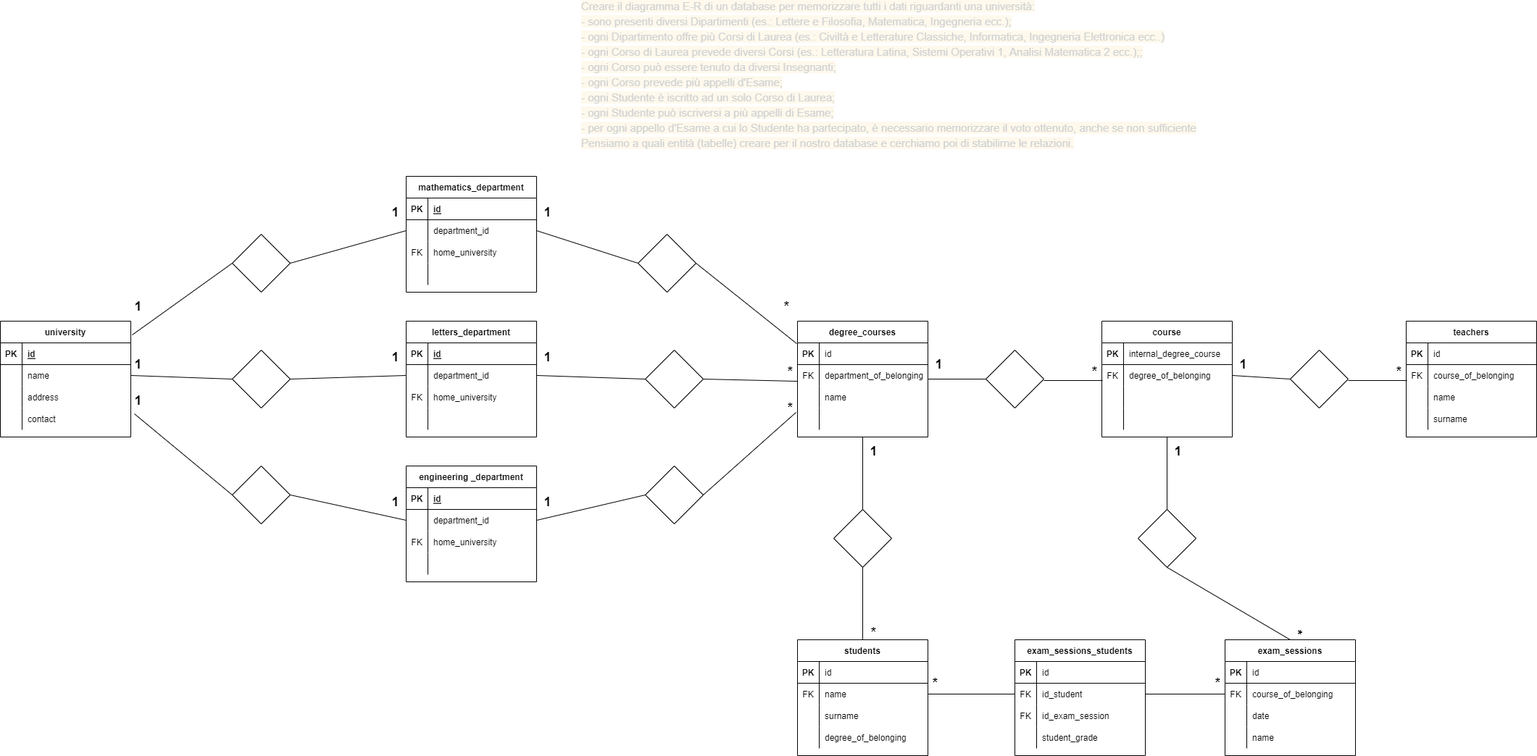
Before: img/University Diagram demo.drawio.png, a diagram exported from draw.io (Narresx/db-university). Source tidied: cells renumbered, new cells last; positions are measured from the earlier drawing's top-left corner, leaving out a move shared by most shapes.
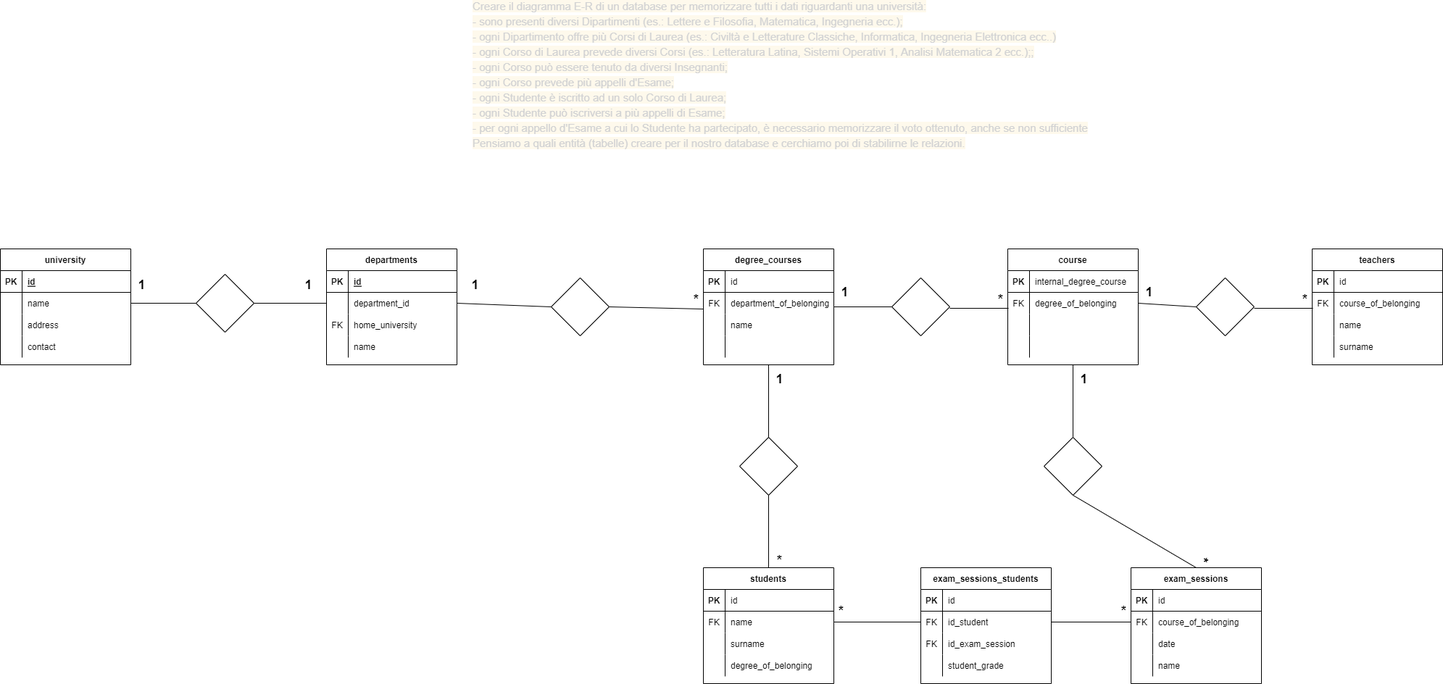
Later version of the same file.

What changed in the source:
```diff
@@ -5,6 +5,6 @@
     <mxCell id="2" value="&lt;span style=&quot;color: rgb(209, 210, 211); font-size: 15px; background-color: rgba(242, 199, 68, 0.1);&quot;&gt;Creare il diagramma E-R di un database per memorizzare tutti i dati riguardanti una università:&lt;/span&gt;&lt;br style=&quot;box-sizing: inherit; color: rgb(209, 210, 211); font-size: 15px; background-color: rgba(242, 199, 68, 0.1);&quot;&gt;&lt;span style=&quot;color: rgb(209, 210, 211); font-size: 15px; background-color: rgba(242, 199, 68, 0.1);&quot;&gt;- sono presenti diversi Dipartimenti (es.: Lettere e Filosofia, Matematica, Ingegneria ecc.);&lt;/span&gt;&lt;br style=&quot;box-sizing: inherit; color: rgb(209, 210, 211); font-size: 15px; background-color: rgba(242, 199, 68, 0.1);&quot;&gt;&lt;span style=&quot;color: rgb(209, 210, 211); font-size: 15px; background-color: rgba(242, 199, 68, 0.1);&quot;&gt;- ogni Dipartimento offre più Corsi di Laurea (es.: Civiltà e Letterature Classiche, Informatica, Ingegneria Elettronica ecc..)&lt;/span&gt;&lt;br style=&quot;box-sizing: inherit; color: rgb(209, 210, 211); font-size: 15px; background-color: rgba(242, 199, 68, 0.1);&quot;&gt;&lt;span style=&quot;color: rgb(209, 210, 211); font-size: 15px; background-color: rgba(242, 199, 68, 0.1);&quot;&gt;- ogni Corso di Laurea prevede diversi Corsi (es.: Letteratura Latina, Sistemi Operativi 1, Analisi Matematica 2 ecc.);;&lt;/span&gt;&lt;br style=&quot;box-sizing: inherit; color: rgb(209, 210, 211); font-size: 15px; background-color: rgba(242, 199, 68, 0.1);&quot;&gt;&lt;span style=&quot;color: rgb(209, 210, 211); font-size: 15px; background-color: rgba(242, 199, 68, 0.1);&quot;&gt;- ogni Corso può essere tenuto da diversi Insegnanti;&lt;/span&gt;&lt;br style=&quot;box-sizing: inherit; color: rgb(209, 210, 211); font-size: 15px; background-color: rgba(242, 199, 68, 0.1);&quot;&gt;&lt;span style=&quot;color: rgb(209, 210, 211); font-size: 15px; background-color: rgba(242, 199, 68, 0.1);&quot;&gt;- ogni Corso prevede più appelli d'Esame;&lt;/span&gt;&lt;br style=&quot;box-sizing: inherit; color: rgb(209, 210, 211); font-size: 15px; background-color: rgba(242, 199, 68, 0.1);&quot;&gt;&lt;span style=&quot;color: rgb(209, 210, 211); font-size: 15px; background-color: rgba(242, 199, 68, 0.1);&quot;&gt;- ogni Studente è iscritto ad un solo Corso di Laurea;&lt;/span&gt;&lt;br style=&quot;box-sizing: inherit; color: rgb(209, 210, 211); font-size: 15px; background-color: rgba(242, 199, 68, 0.1);&quot;&gt;&lt;span style=&quot;color: rgb(209, 210, 211); font-size: 15px; background-color: rgba(242, 199, 68, 0.1);&quot;&gt;- ogni Studente può iscriversi a più appelli di Esame;&lt;/span&gt;&lt;br style=&quot;box-sizing: inherit; color: rgb(209, 210, 211); font-size: 15px; background-color: rgba(242, 199, 68, 0.1);&quot;&gt;&lt;span style=&quot;color: rgb(209, 210, 211); font-size: 15px; background-color: rgba(242, 199, 68, 0.1);&quot;&gt;- per ogni appello d'Esame a cui lo Studente ha partecipato, è necessario memorizzare il voto ottenuto, anche se non sufficiente&lt;/span&gt;&lt;br style=&quot;box-sizing: inherit; color: rgb(209, 210, 211); font-size: 15px; background-color: rgba(242, 199, 68, 0.1);&quot;&gt;&lt;span style=&quot;color: rgb(209, 210, 211); font-size: 15px; background-color: rgba(242, 199, 68, 0.1);&quot;&gt;Pensiamo a quali entità (tabelle) creare per il nostro database e cerchiamo poi di stabilirne le relazioni.&lt;br&gt;&lt;/span&gt;" style="text;html=1;align=left;verticalAlign=middle;strokeColor=none;fillColor=none;rounded=0;glass=0;" parent="1" vertex="1">
-      <mxGeometry x="800" width="860" height="160" as="geometry" />
+      <mxGeometry x="780" y="100" width="860" height="160" as="geometry" />
     </mxCell>
-    <mxCell id="3" value="letters_department" style="shape=table;startSize=30;rowLines=0;fontStyle=1;align=center;rounded=0;glass=0;" parent="1" vertex="1">
-      <mxGeometry x="560" y="420" width="180" height="160" as="geometry" />
+    <mxCell id="3" value="departments" style="shape=table;startSize=30;rowLines=0;fontStyle=1;align=center;rounded=0;glass=0;" parent="1" vertex="1">
+      <mxGeometry x="580" y="420" width="180" height="160" as="geometry" />
     </mxCell>
@@ -43,3 +43,3 @@
     </mxCell>
-    <mxCell id="15" style="shape=partialRectangle;fillColor=none;top=0;left=0;bottom=0;right=0;align=left;spacingLeft=6;overflow=hidden;rounded=0;glass=0;" parent="13" vertex="1">
+    <mxCell id="15" value="name" style="shape=partialRectangle;fillColor=none;top=0;left=0;bottom=0;right=0;align=left;spacingLeft=6;overflow=hidden;rounded=0;glass=0;" parent="13" vertex="1">
       <mxGeometry x="30" width="150" height="30" as="geometry" />
@@ -47,3 +47,3 @@
     <mxCell id="16" value="university" style="shape=table;startSize=30;rowLines=0;fontStyle=1;align=center;rounded=0;glass=0;" parent="1" vertex="1">
-      <mxGeometry y="420" width="180" height="160" as="geometry" />
+      <mxGeometry x="130" y="420" width="180" height="160" as="geometry" />
     </mxCell>
@@ -85,95 +85,5 @@
     </mxCell>
-    <mxCell id="29" value="mathematics_department" style="shape=table;startSize=30;rowLines=0;fontStyle=1;align=center;rounded=0;glass=0;" parent="1" vertex="1">
-      <mxGeometry x="560" y="220" width="180" height="160" as="geometry" />
-    </mxCell>
-    <mxCell id="30" style="shape=partialRectangle;fillColor=none;top=0;left=0;bottom=1;right=0;rounded=0;glass=0;" parent="29" vertex="1">
-      <mxGeometry y="30" width="180" height="30" as="geometry" />
-    </mxCell>
-    <mxCell id="31" value="PK" style="shape=partialRectangle;fillColor=none;top=0;left=0;bottom=0;right=0;fontStyle=1;overflow=hidden;rounded=0;glass=0;" parent="30" vertex="1">
-      <mxGeometry width="30" height="30" as="geometry" />
-    </mxCell>
-    <mxCell id="32" value="id" style="shape=partialRectangle;fillColor=none;top=0;left=0;bottom=0;right=0;align=left;spacingLeft=6;fontStyle=5;overflow=hidden;rounded=0;glass=0;" parent="30" vertex="1">
-      <mxGeometry x="30" width="150" height="30" as="geometry" />
-    </mxCell>
-    <mxCell id="33" style="shape=partialRectangle;fillColor=none;top=0;left=0;bottom=0;right=0;points=[[0,0.5],[1,0.5]];portConstraint=eastwest;rounded=0;glass=0;" parent="29" vertex="1">
-      <mxGeometry y="60" width="180" height="30" as="geometry" />
-    </mxCell>
-    <mxCell id="34" style="shape=partialRectangle;fillColor=none;top=0;left=0;bottom=0;right=0;overflow=hidden;rounded=0;glass=0;" parent="33" vertex="1">
-      <mxGeometry width="30" height="30" as="geometry" />
-    </mxCell>
-    <mxCell id="35" value="department_id" style="shape=partialRectangle;fillColor=none;top=0;left=0;bottom=0;right=0;align=left;spacingLeft=6;overflow=hidden;rounded=0;glass=0;" parent="33" vertex="1">
-      <mxGeometry x="30" width="150" height="30" as="geometry" />
-    </mxCell>
-    <mxCell id="36" style="shape=partialRectangle;fillColor=none;top=0;left=0;bottom=0;right=0;rounded=0;glass=0;" parent="29" vertex="1">
-      <mxGeometry y="90" width="180" height="30" as="geometry" />
-    </mxCell>
-    <mxCell id="37" value="FK" style="shape=partialRectangle;fillColor=none;top=0;left=0;bottom=0;right=0;overflow=hidden;rounded=0;glass=0;" parent="36" vertex="1">
-      <mxGeometry width="30" height="30" as="geometry" />
-    </mxCell>
-    <mxCell id="38" value="home_university" style="shape=partialRectangle;fillColor=none;top=0;left=0;bottom=0;right=0;align=left;spacingLeft=6;overflow=hidden;rounded=0;glass=0;" parent="36" vertex="1">
-      <mxGeometry x="30" width="150" height="30" as="geometry" />
-    </mxCell>
-    <mxCell id="39" style="shape=partialRectangle;fillColor=none;top=0;left=0;bottom=0;right=0;rounded=0;glass=0;" parent="29" vertex="1">
-      <mxGeometry y="120" width="180" height="30" as="geometry" />
-    </mxCell>
-    <mxCell id="40" style="shape=partialRectangle;fillColor=none;top=0;left=0;bottom=0;right=0;overflow=hidden;rounded=0;glass=0;" parent="39" vertex="1">
-      <mxGeometry width="30" height="30" as="geometry" />
-    </mxCell>
-    <mxCell id="41" style="shape=partialRectangle;fillColor=none;top=0;left=0;bottom=0;right=0;align=left;spacingLeft=6;overflow=hidden;rounded=0;glass=0;" parent="39" vertex="1">
-      <mxGeometry x="30" width="150" height="30" as="geometry" />
-    </mxCell>
-    <mxCell id="42" value="engineering _department" style="shape=table;startSize=30;rowLines=0;fontStyle=1;align=center;rounded=0;glass=0;" parent="1" vertex="1">
-      <mxGeometry x="560" y="620" width="180" height="160" as="geometry" />
-    </mxCell>
-    <mxCell id="43" style="shape=partialRectangle;fillColor=none;top=0;left=0;bottom=1;right=0;rounded=0;glass=0;" parent="42" vertex="1">
-      <mxGeometry y="30" width="180" height="30" as="geometry" />
-    </mxCell>
-    <mxCell id="44" value="PK" style="shape=partialRectangle;fillColor=none;top=0;left=0;bottom=0;right=0;fontStyle=1;overflow=hidden;rounded=0;glass=0;" parent="43" vertex="1">
-      <mxGeometry width="30" height="30" as="geometry" />
-    </mxCell>
-    <mxCell id="45" value="id" style="shape=partialRectangle;fillColor=none;top=0;left=0;bottom=0;right=0;align=left;spacingLeft=6;fontStyle=5;overflow=hidden;rounded=0;glass=0;" parent="43" vertex="1">
-      <mxGeometry x="30" width="150" height="30" as="geometry" />
-    </mxCell>
-    <mxCell id="46" style="shape=partialRectangle;fillColor=none;top=0;left=0;bottom=0;right=0;points=[[0,0.5],[1,0.5]];portConstraint=eastwest;rounded=0;glass=0;" parent="42" vertex="1">
-      <mxGeometry y="60" width="180" height="30" as="geometry" />
-    </mxCell>
-    <mxCell id="47" style="shape=partialRectangle;fillColor=none;top=0;left=0;bottom=0;right=0;overflow=hidden;rounded=0;glass=0;" parent="46" vertex="1">
-      <mxGeometry width="30" height="30" as="geometry" />
-    </mxCell>
-    <mxCell id="48" value="department_id" style="shape=partialRectangle;fillColor=none;top=0;left=0;bottom=0;right=0;align=left;spacingLeft=6;overflow=hidden;rounded=0;glass=0;" parent="46" vertex="1">
-      <mxGeometry x="30" width="150" height="30" as="geometry" />
-    </mxCell>
-    <mxCell id="49" style="shape=partialRectangle;fillColor=none;top=0;left=0;bottom=0;right=0;rounded=0;glass=0;" parent="42" vertex="1">
-      <mxGeometry y="90" width="180" height="30" as="geometry" />
-    </mxCell>
-    <mxCell id="50" value="FK" style="shape=partialRectangle;fillColor=none;top=0;left=0;bottom=0;right=0;overflow=hidden;rounded=0;glass=0;" parent="49" vertex="1">
-      <mxGeometry width="30" height="30" as="geometry" />
-    </mxCell>
-    <mxCell id="51" value="home_university" style="shape=partialRectangle;fillColor=none;top=0;left=0;bottom=0;right=0;align=left;spacingLeft=6;overflow=hidden;rounded=0;glass=0;" parent="49" vertex="1">
-      <mxGeometry x="30" width="150" height="30" as="geometry" />
-    </mxCell>
-    <mxCell id="52" style="shape=partialRectangle;fillColor=none;top=0;left=0;bottom=0;right=0;rounded=0;glass=0;" parent="42" vertex="1">
-      <mxGeometry y="120" width="180" height="30" as="geometry" />
-    </mxCell>
-    <mxCell id="53" style="shape=partialRectangle;fillColor=none;top=0;left=0;bottom=0;right=0;overflow=hidden;rounded=0;glass=0;" parent="52" vertex="1">
-      <mxGeometry width="30" height="30" as="geometry" />
-    </mxCell>
-    <mxCell id="54" style="shape=partialRectangle;fillColor=none;top=0;left=0;bottom=0;right=0;align=left;spacingLeft=6;overflow=hidden;rounded=0;glass=0;" parent="52" vertex="1">
-      <mxGeometry x="30" width="150" height="30" as="geometry" />
-    </mxCell>
-    <mxCell id="55" style="rhombus;whiteSpace=wrap;html=1;rounded=0;glass=0;" parent="1" vertex="1">
-      <mxGeometry x="320" y="300" width="80" height="80" as="geometry" />
-    </mxCell>
     <mxCell id="56" style="rhombus;whiteSpace=wrap;html=1;rounded=0;glass=0;" parent="1" vertex="1">
-      <mxGeometry x="320" y="460" width="80" height="80" as="geometry" />
+      <mxGeometry x="400" y="455" width="80" height="80" as="geometry" />
     </mxCell>
-    <mxCell id="57" style="rhombus;whiteSpace=wrap;html=1;rounded=0;glass=0;" parent="1" vertex="1">
-      <mxGeometry x="320" y="620" width="80" height="80" as="geometry" />
-    </mxCell>
-    <mxCell id="58" style="endArrow=none;html=1;rounded=0;entryX=0;entryY=0.5;entryDx=0;entryDy=0;exitX=1;exitY=0.5;exitDx=0;exitDy=0;" parent="1" edge="1" source="55" target="33">
-      <mxGeometry relative="1" as="geometry" />
-    </mxCell>
-    <mxCell id="59" style="endArrow=none;html=1;rounded=0;exitX=1.011;exitY=0.119;exitDx=0;exitDy=0;exitPerimeter=0;entryX=0;entryY=0.5;entryDx=0;entryDy=0;" parent="1" edge="1" source="16" target="55">
-      <mxGeometry relative="1" as="geometry" />
-    </mxCell>
     <mxCell id="60" style="endArrow=none;html=1;rounded=0;entryX=0;entryY=0.5;entryDx=0;entryDy=0;exitX=1;exitY=0.5;exitDx=0;exitDy=0;" parent="1" edge="1" source="20" target="56">
@@ -184,26 +94,8 @@
     </mxCell>
-    <mxCell id="62" style="endArrow=none;html=1;rounded=0;exitX=1.028;exitY=0.267;exitDx=0;exitDy=0;exitPerimeter=0;entryX=0;entryY=0.5;entryDx=0;entryDy=0;" parent="1" edge="1" source="26" target="57">
-      <mxGeometry relative="1" as="geometry" />
-    </mxCell>
-    <mxCell id="63" style="endArrow=none;html=1;rounded=0;entryX=0;entryY=0.5;entryDx=0;entryDy=0;exitX=1;exitY=0.5;exitDx=0;exitDy=0;" parent="1" edge="1" source="57" target="46">
-      <mxGeometry relative="1" as="geometry" />
-    </mxCell>
-    <mxCell id="64" value="&lt;h3 style=&quot;line-height: 1.2&quot;&gt;&lt;font style=&quot;font-size: 18px&quot;&gt;1&lt;/font&gt;&lt;/h3&gt;" style="text;html=1;align=center;verticalAlign=middle;strokeColor=none;fillColor=none;" parent="1" vertex="1">
-      <mxGeometry x="175" y="370" width="30" height="60" as="geometry" />
-    </mxCell>
-    <mxCell id="65" value="&lt;h3 style=&quot;line-height: 1.2&quot;&gt;&lt;font style=&quot;font-size: 18px&quot;&gt;1&lt;/font&gt;&lt;/h3&gt;" style="text;html=1;align=center;verticalAlign=middle;strokeColor=none;fillColor=none;" parent="1" vertex="1">
-      <mxGeometry x="530" y="240" width="30" height="60" as="geometry" />
-    </mxCell>
     <mxCell id="66" value="&lt;h3 style=&quot;line-height: 1.2&quot;&gt;&lt;font style=&quot;font-size: 18px&quot;&gt;1&lt;/font&gt;&lt;/h3&gt;" style="text;html=1;align=center;verticalAlign=middle;strokeColor=none;fillColor=none;" parent="1" vertex="1">
-      <mxGeometry x="530" y="440" width="30" height="60" as="geometry" />
+      <mxGeometry x="540" y="440" width="30" height="60" as="geometry" />
     </mxCell>
     <mxCell id="67" value="&lt;h3 style=&quot;line-height: 1.2&quot;&gt;&lt;font style=&quot;font-size: 18px&quot;&gt;1&lt;/font&gt;&lt;/h3&gt;" style="text;html=1;align=center;verticalAlign=middle;strokeColor=none;fillColor=none;" parent="1" vertex="1">
-      <mxGeometry x="175" y="450" width="30" height="60" as="geometry" />
+      <mxGeometry x="310" y="440" width="30" height="60" as="geometry" />
     </mxCell>
-    <mxCell id="68" value="&lt;h3 style=&quot;line-height: 1.2&quot;&gt;&lt;font style=&quot;font-size: 18px&quot;&gt;1&lt;/font&gt;&lt;/h3&gt;" style="text;html=1;align=center;verticalAlign=middle;strokeColor=none;fillColor=none;" parent="1" vertex="1">
-      <mxGeometry x="175" y="500" width="30" height="60" as="geometry" />
-    </mxCell>
-    <mxCell id="69" value="&lt;h3 style=&quot;line-height: 1.2&quot;&gt;&lt;font style=&quot;font-size: 18px&quot;&gt;1&lt;/font&gt;&lt;/h3&gt;" style="text;html=1;align=center;verticalAlign=middle;strokeColor=none;fillColor=none;" parent="1" vertex="1">
-      <mxGeometry x="530" y="640" width="30" height="60" as="geometry" />
-    </mxCell>
     <mxCell id="70" value="degree_courses" style="shape=table;startSize=30;rowLines=0;fontStyle=1;align=center;rounded=0;glass=0;fontSize=12;" parent="1" vertex="1">
@@ -247,5 +139,2 @@
     </mxCell>
-    <mxCell id="83" style="rhombus;whiteSpace=wrap;html=1;rounded=0;glass=0;fontSize=12;" parent="1" vertex="1">
-      <mxGeometry x="880" y="300" width="80" height="80" as="geometry" />
-    </mxCell>
     <mxCell id="84" style="rhombus;whiteSpace=wrap;html=1;rounded=0;glass=0;fontSize=12;" parent="1" vertex="1">
@@ -253,5 +142,2 @@
     </mxCell>
-    <mxCell id="85" style="rhombus;whiteSpace=wrap;html=1;rounded=0;glass=0;fontSize=12;" parent="1" vertex="1">
-      <mxGeometry x="890" y="620" width="80" height="80" as="geometry" />
-    </mxCell>
     <mxCell id="86" style="endArrow=none;html=1;rounded=0;fontSize=12;entryX=0;entryY=0.5;entryDx=0;entryDy=0;exitX=1;exitY=0.5;exitDx=0;exitDy=0;" parent="1" edge="1" source="7" target="84">
@@ -262,26 +148,5 @@
     </mxCell>
-    <mxCell id="88" style="endArrow=none;html=1;rounded=0;fontSize=12;entryX=0;entryY=0.5;entryDx=0;entryDy=0;exitX=1;exitY=0.5;exitDx=0;exitDy=0;" parent="1" edge="1" source="33" target="83">
-      <mxGeometry relative="1" as="geometry" />
-    </mxCell>
-    <mxCell id="89" style="endArrow=none;html=1;rounded=0;fontSize=12;entryX=1;entryY=0.5;entryDx=0;entryDy=0;exitX=-0.006;exitY=0.033;exitDx=0;exitDy=0;exitPerimeter=0;" parent="1" edge="1" source="71" target="83">
-      <mxGeometry relative="1" as="geometry" />
-    </mxCell>
-    <mxCell id="90" style="endArrow=none;html=1;rounded=0;fontSize=12;entryX=0;entryY=0.5;entryDx=0;entryDy=0;exitX=1;exitY=0.5;exitDx=0;exitDy=0;" parent="1" edge="1" source="46" target="85">
-      <mxGeometry relative="1" as="geometry" />
-    </mxCell>
-    <mxCell id="91" style="endArrow=none;html=1;rounded=0;fontSize=12;entryX=-0.011;entryY=0.2;entryDx=0;entryDy=0;entryPerimeter=0;exitX=1;exitY=0.5;exitDx=0;exitDy=0;" parent="1" edge="1" source="85" target="80">
-      <mxGeometry relative="1" as="geometry" />
-    </mxCell>
-    <mxCell id="92" value="&lt;h3 style=&quot;line-height: 1.2&quot;&gt;&lt;font style=&quot;font-size: 18px&quot;&gt;1&lt;/font&gt;&lt;/h3&gt;" style="text;html=1;align=center;verticalAlign=middle;strokeColor=none;fillColor=none;" parent="1" vertex="1">
-      <mxGeometry x="740" y="240" width="30" height="60" as="geometry" />
-    </mxCell>
     <mxCell id="93" value="&lt;h3 style=&quot;line-height: 1.2&quot;&gt;&lt;font style=&quot;font-size: 18px&quot;&gt;1&lt;/font&gt;&lt;/h3&gt;" style="text;html=1;align=center;verticalAlign=middle;strokeColor=none;fillColor=none;" parent="1" vertex="1">
-      <mxGeometry x="740" y="440" width="30" height="60" as="geometry" />
+      <mxGeometry x="770" y="440" width="30" height="60" as="geometry" />
     </mxCell>
-    <mxCell id="94" value="&lt;h3 style=&quot;line-height: 1.2&quot;&gt;&lt;font style=&quot;font-size: 18px&quot;&gt;1&lt;/font&gt;&lt;/h3&gt;" style="text;html=1;align=center;verticalAlign=middle;strokeColor=none;fillColor=none;" parent="1" vertex="1">
-      <mxGeometry x="740" y="640" width="30" height="60" as="geometry" />
-    </mxCell>
-    <mxCell id="95" value="&lt;h3 style=&quot;line-height: 1.2&quot;&gt;&lt;span style=&quot;font-size: 18px&quot;&gt;*&lt;/span&gt;&lt;/h3&gt;" style="text;html=1;align=center;verticalAlign=middle;strokeColor=none;fillColor=none;" parent="1" vertex="1">
-      <mxGeometry x="1075" y="370" width="20" height="60" as="geometry" />
-    </mxCell>
     <mxCell id="96" value="&lt;h3 style=&quot;line-height: 1.2&quot;&gt;&lt;span style=&quot;font-size: 18px&quot;&gt;*&lt;/span&gt;&lt;/h3&gt;" style="text;html=1;align=center;verticalAlign=middle;strokeColor=none;fillColor=none;" parent="1" vertex="1">
@@ -289,5 +154,2 @@
     </mxCell>
-    <mxCell id="97" value="&lt;h3 style=&quot;line-height: 1.2&quot;&gt;&lt;span style=&quot;font-size: 18px&quot;&gt;*&lt;/span&gt;&lt;/h3&gt;" style="text;html=1;align=center;verticalAlign=middle;strokeColor=none;fillColor=none;" parent="1" vertex="1">
-      <mxGeometry x="1080" y="510" width="20" height="60" as="geometry" />
-    </mxCell>
     <mxCell id="98" value="course" style="shape=table;startSize=30;rowLines=0;fontStyle=1;align=center;rounded=0;glass=0;fontSize=12;" parent="1" vertex="1">
```
